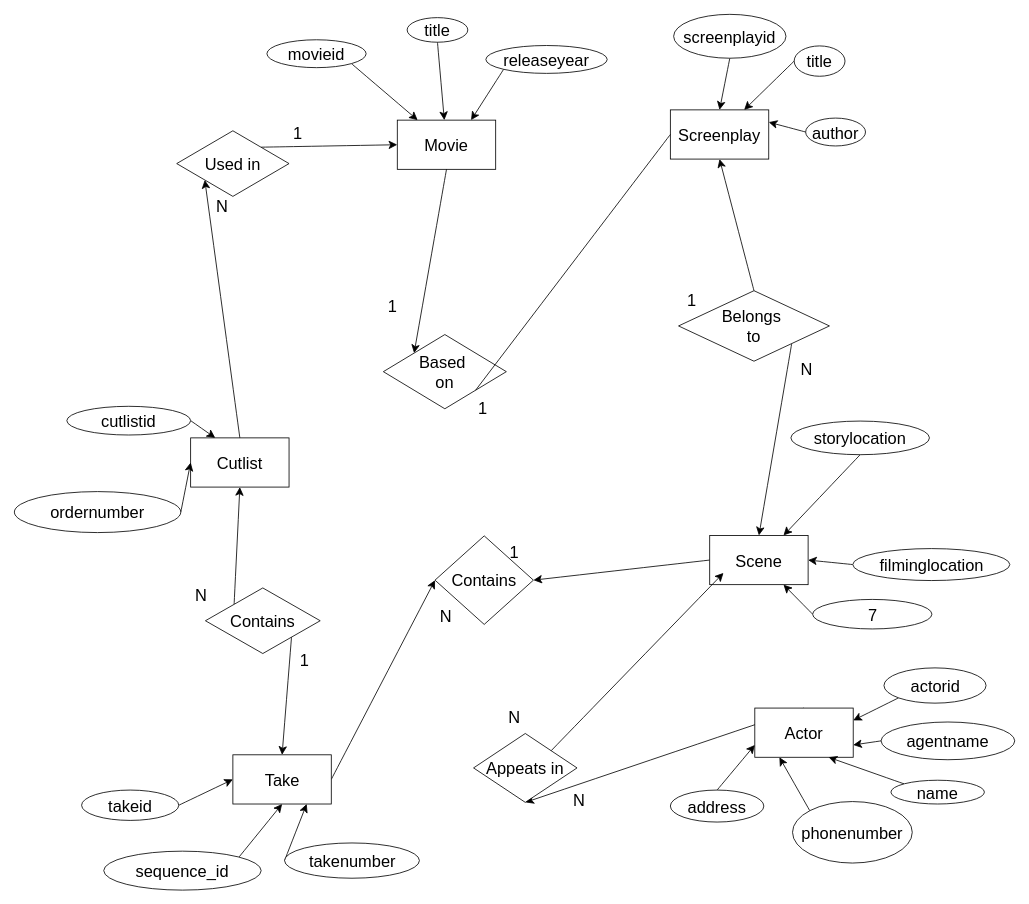
This is Untitled Diagram.drawio from Hybried8/3005, a draw.io file, before an edit. Source tidied: cells renumbered, new cells numbered last; positions are measured from the earlier drawing's top-left corner, leaving out a move shared by most shapes. Both pictures are drawn from the tidied source at 82%, with x=0, y=0 at pixel (14, 14).
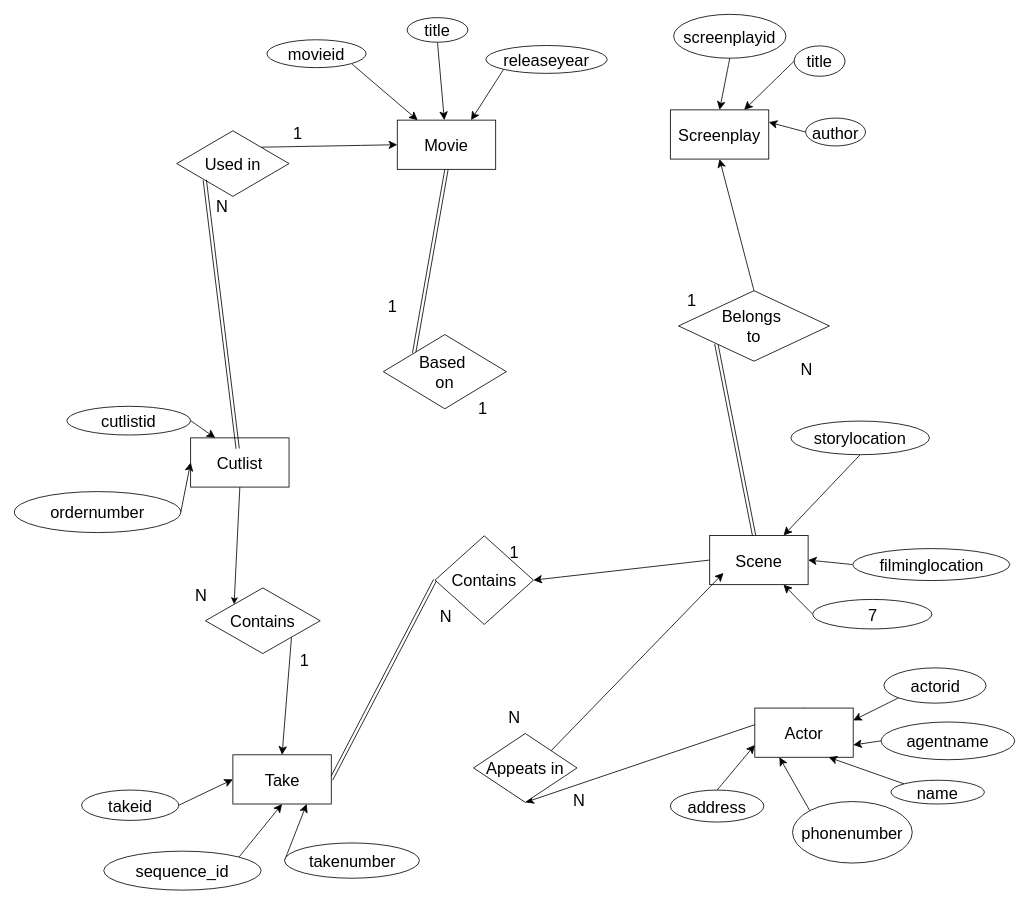
The same page after the edit.

The change refers to these unchanged cells:
```xml
<mxCell id="2" value="Screenplay" style="rounded=0;whiteSpace=wrap;html=1;fontFamily=Helvetica;spacing=3;fontSize=20;" parent="1" vertex="1">
  <mxGeometry x="800" y="116.5" width="120" height="60" as="geometry" />
</mxCell>
<mxCell id="3" value="Movie" style="rounded=0;whiteSpace=wrap;html=1;fontFamily=Helvetica;spacing=3;fontSize=20;" parent="1" vertex="1">
  <mxGeometry x="467" y="129" width="120" height="60" as="geometry" />
</mxCell>
<mxCell id="5" value="Scene" style="rounded=0;whiteSpace=wrap;html=1;fontFamily=Helvetica;spacing=3;fontSize=20;" parent="1" vertex="1">
  <mxGeometry x="848" y="635.5" width="120" height="60" as="geometry" />
</mxCell>
<mxCell id="42" value="Based&amp;nbsp;&lt;div style=&quot;font-size: 20px;&quot;&gt;on&lt;/div&gt;" style="rhombus;whiteSpace=wrap;html=1;fontFamily=Helvetica;spacing=3;fontSize=20;" parent="1" vertex="1">
  <mxGeometry x="450" y="390.5" width="150" height="90.5" as="geometry" />
</mxCell>
<mxCell id="45" value="Cutlist" style="rounded=0;whiteSpace=wrap;html=1;fontFamily=Helvetica;spacing=3;fontSize=20;" parent="1" vertex="1">
  <mxGeometry x="215" y="516.5" width="120" height="60" as="geometry" />
</mxCell>
<mxCell id="53" value="Belongs&amp;nbsp;&lt;div style=&quot;font-size: 20px;&quot;&gt;to&lt;/div&gt;" style="rhombus;whiteSpace=wrap;html=1;fontFamily=Helvetica;spacing=3;fontSize=20;" parent="1" vertex="1">
  <mxGeometry x="810" y="337" width="184" height="86" as="geometry" />
</mxCell>
<mxCell id="57" value="Contains" style="rhombus;whiteSpace=wrap;html=1;fontFamily=Helvetica;spacing=3;fontSize=20;" parent="1" vertex="1">
  <mxGeometry x="513" y="636" width="120" height="108" as="geometry" />
</mxCell>
<mxCell id="60" value="Take" style="rounded=0;whiteSpace=wrap;html=1;fontFamily=Helvetica;spacing=3;fontSize=20;" parent="1" vertex="1">
  <mxGeometry x="266.5" y="903" width="120" height="60" as="geometry" />
</mxCell>
<mxCell id="62" value="Used in" style="rhombus;whiteSpace=wrap;html=1;fontFamily=Helvetica;spacing=3;fontSize=20;" parent="1" vertex="1">
  <mxGeometry x="198" y="142" width="137" height="80" as="geometry" />
</mxCell>
<mxCell id="65" value="Contains" style="rhombus;whiteSpace=wrap;html=1;fontFamily=Helvetica;spacing=3;fontSize=20;" parent="1" vertex="1">
  <mxGeometry x="233" y="699.5" width="140" height="80" as="geometry" />
</mxCell>
```

The edit, as a diff of the source:
```diff
@@
+    <mxCell id="74" style="edgeStyle=none;shape=link;rounded=0;jettySize=auto;html=1;exitX=0.5;exitY=1;exitDx=0;exitDy=0;entryX=0;entryY=0;entryDx=0;entryDy=0;" parent="1" edge="1" source="3" target="42">
+      <mxGeometry relative="1" as="geometry" />
+    </mxCell>
@@
-    <mxCell id="43" style="endArrow=none;html=1;rounded=0;fontSize=20;startSize=8;endSize=8;curved=1;entryX=1;entryY=1;entryDx=0;entryDy=0;exitX=0;exitY=0.5;exitDx=0;exitDy=0;fontFamily=Helvetica;spacing=3;" parent="1" edge="1" source="2" target="42">
-      <mxGeometry relative="1" as="geometry" />
-    </mxCell>
-    <mxCell id="44" style="edgeStyle=none;curved=1;rounded=0;jettySize=auto;html=1;exitX=0.5;exitY=0;exitDx=0;exitDy=0;entryX=0;entryY=1;entryDx=0;entryDy=0;fontSize=20;startSize=8;endSize=8;fontFamily=Helvetica;spacing=3;" parent="1" edge="1" source="45" target="62">
-      <mxGeometry relative="1" as="geometry" />
-    </mxCell>
+    <mxCell id="76" style="edgeStyle=none;rounded=0;jettySize=auto;html=1;exitX=0.5;exitY=1;exitDx=0;exitDy=0;entryX=0;entryY=0;entryDx=0;entryDy=0;" parent="1" edge="1" source="45" target="65">
+      <mxGeometry relative="1" as="geometry" />
+    </mxCell>
@@
-    <mxCell id="52" style="edgeStyle=none;curved=1;rounded=0;jettySize=auto;html=1;exitX=1;exitY=1;exitDx=0;exitDy=0;entryX=0.5;entryY=0;entryDx=0;entryDy=0;fontSize=20;startSize=8;endSize=8;fontFamily=Helvetica;spacing=3;" parent="1" edge="1" source="53" target="5">
+    <mxCell id="52" style="edgeStyle=none;shape=link;rounded=0;jettySize=auto;html=1;exitX=0;exitY=1;exitDx=0;exitDy=0;" parent="1" edge="1" source="53" target="5">
       <mxGeometry relative="1" as="geometry" />
     </mxCell>
@@
-    <mxCell id="59" style="edgeStyle=none;curved=1;rounded=0;jettySize=auto;html=1;exitX=1;exitY=0.5;exitDx=0;exitDy=0;entryX=0;entryY=0.5;entryDx=0;entryDy=0;fontSize=20;startSize=8;endSize=8;fontFamily=Helvetica;spacing=3;" parent="1" edge="1" source="60" target="57">
+    <mxCell id="59" style="edgeStyle=none;shape=link;rounded=0;jettySize=auto;html=1;exitX=1;exitY=0.5;exitDx=0;exitDy=0;entryX=0;entryY=0.5;entryDx=0;entryDy=0;" parent="1" edge="1" source="60" target="57">
       <mxGeometry relative="1" as="geometry" />
     </mxCell>
@@
-    <mxCell id="64" style="edgeStyle=none;curved=1;rounded=0;jettySize=auto;html=1;exitX=0;exitY=0;exitDx=0;exitDy=0;entryX=0.5;entryY=1;entryDx=0;entryDy=0;fontSize=20;startSize=8;endSize=8;fontFamily=Helvetica;spacing=3;" parent="1" edge="1" source="65" target="45">
-      <mxGeometry relative="1" as="geometry" />
-    </mxCell>
@@
-    <mxCell id="74" style="edgeStyle=none;curved=1;rounded=0;jettySize=auto;html=1;exitX=0.5;exitY=1;exitDx=0;exitDy=0;entryX=0;entryY=0;entryDx=0;entryDy=0;fontSize=20;startSize=8;endSize=8;fontFamily=Helvetica;spacing=3;" parent="1" edge="1" source="3" target="42">
-      <mxGeometry relative="1" as="geometry" />
-    </mxCell>
@@
+    <mxCell id="77" style="edgeStyle=none;shape=link;rounded=0;jettySize=auto;html=1;exitX=0;exitY=1;exitDx=0;exitDy=0;entryX=0.478;entryY=0.219;entryDx=0;entryDy=0;entryPerimeter=0;" parent="1" edge="1" source="62" target="45">
+      <mxGeometry relative="1" as="geometry" />
+    </mxCell>
```
